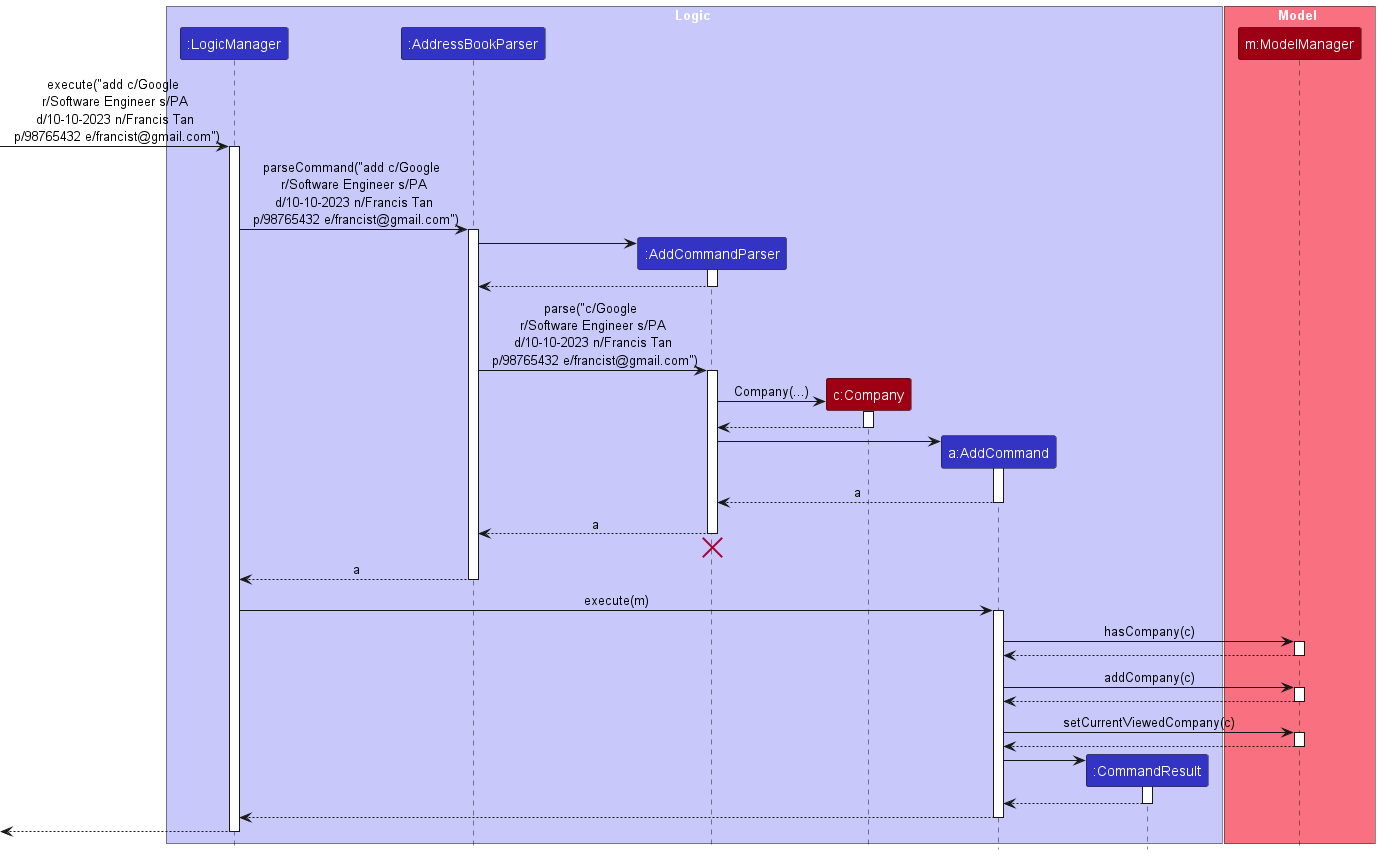
The PlantUML diagram docs/images/AddSequenceDiagram.png in tayruxin/tp, before a commit.
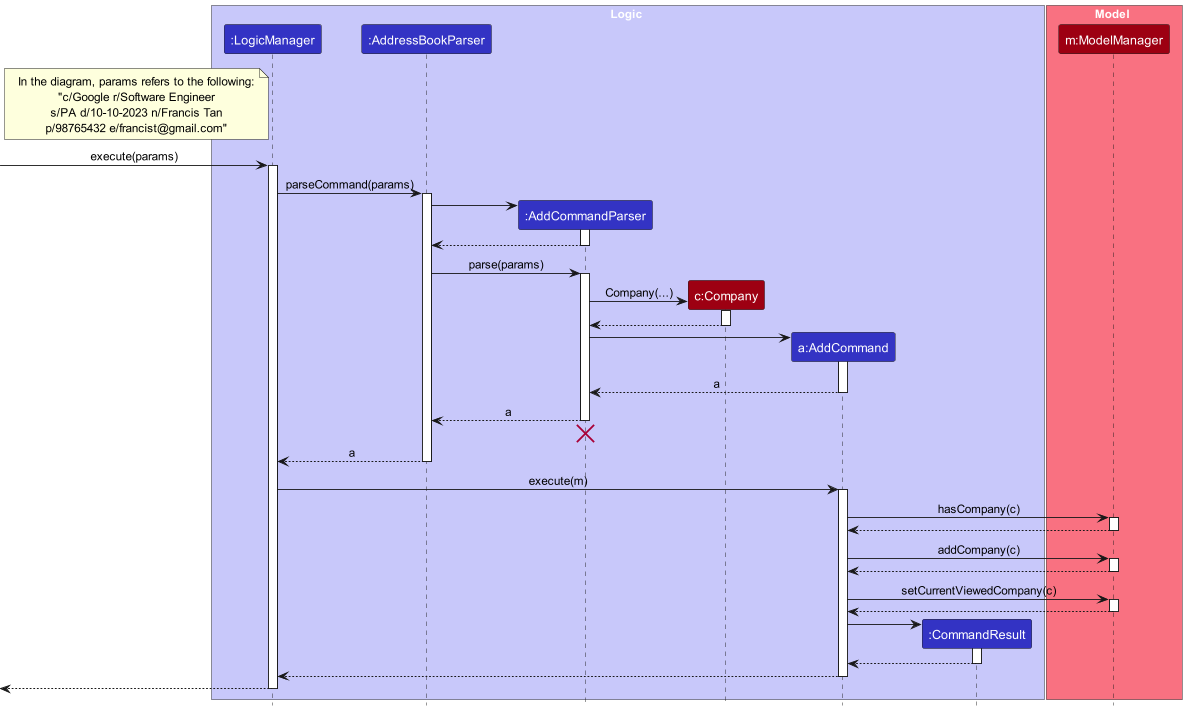
After the commit.

Change to the diagram source:
```diff
@@ -17,10 +17,17 @@
 participant "m:ModelManager" as Model MODEL_COLOR
 end box
 
-[-> LogicManager : execute("add c/Google \n r/Software Engineer s/PA \n d/10-10-2023 n/Francis Tan \n p/98765432 e/francist@gmail.com")
+note left of LogicManager
+  In the diagram, params refers to the following:
+  "c/Google r/Software Engineer
+  s/PA d/10-10-2023 n/Francis Tan
+  p/98765432 e/francist@gmail.com"
+end note
+
+[-> LogicManager : execute(params)
 activate LogicManager
 
-LogicManager -> AddressBookParser : parseCommand("add c/Google \n r/Software Engineer s/PA \n d/10-10-2023 n/Francis Tan \n p/98765432 e/francist@gmail.com")
+LogicManager -> AddressBookParser : parseCommand(params)
 activate AddressBookParser
 
 create AddCommandParser
@@ -30,7 +37,7 @@
 AddCommandParser --> AddressBookParser
 deactivate AddCommandParser
 
-AddressBookParser -> AddCommandParser : parse("c/Google \n r/Software Engineer s/PA \n d/10-10-2023 n/Francis Tan \n p/98765432 e/francist@gmail.com")
+AddressBookParser -> AddCommandParser : parse(params)
 activate AddCommandParser
 
 create Company
```
